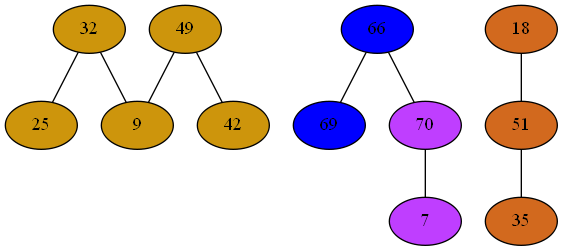
mbajaj92/Project-Astoria keeps this Graphviz diagram as Compiler/11phiGraph.png. Above is the earlier version. Its source is kept beside it as Compiler/11phiGraph.dot.
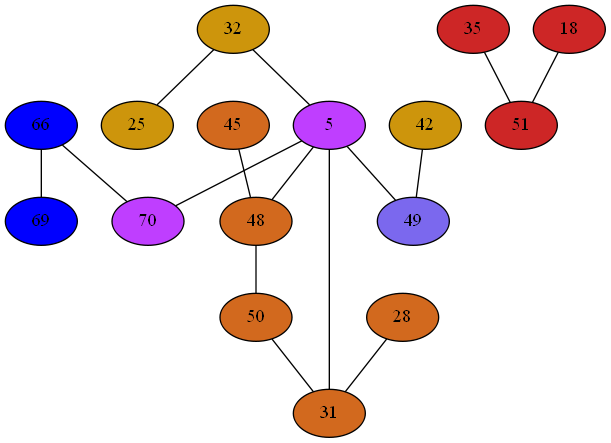
Later version of the same file.

Change to the diagram source:
```diff
@@ -1,32 +1,48 @@
 strict graph {
 32[label="32" style=filled fillcolor="darkgoldenrod3"];
-32 -- 9
+32 -- 5
 32 -- 25
-49[label="49" style=filled fillcolor="darkgoldenrod3"];
-49 -- 9
-49 -- 42
 66[label="66" style=filled fillcolor="blue1"];
 66 -- 69
 66 -- 70
-18[label="18" style=filled fillcolor="chocolate"];
-18 -- 51
-51[label="51" style=filled fillcolor="chocolate"];
-51 -- 18
-51 -- 35
-35[label="35" style=filled fillcolor="chocolate"];
+35[label="35" style=filled fillcolor="firebrick3"];
 35 -- 51
+5[label="5" style=filled fillcolor="darkorchid1"];
+5 -- 48
+5 -- 32
+5 -- 49
+5 -- 70
+5 -- 31
 69[label="69" style=filled fillcolor="blue1"];
 69 -- 66
 70[label="70" style=filled fillcolor="darkorchid1"];
 70 -- 66
-70 -- 7
-7[label="7" style=filled fillcolor="darkorchid1"];
-7 -- 70
-9[label="9" style=filled fillcolor="darkgoldenrod3"];
-9 -- 32
-9 -- 49
+70 -- 5
+42[label="42" style=filled fillcolor="darkgoldenrod3"];
+42 -- 49
+45[label="45" style=filled fillcolor="chocolate"];
+45 -- 48
+48[label="48" style=filled fillcolor="chocolate"];
+48 -- 50
+48 -- 5
+48 -- 45
+49[label="49" style=filled fillcolor="mediumslateblue"];
+49 -- 5
+49 -- 42
+50[label="50" style=filled fillcolor="chocolate"];
+50 -- 48
+50 -- 31
+18[label="18" style=filled fillcolor="firebrick3"];
+18 -- 51
+51[label="51" style=filled fillcolor="firebrick3"];
+51 -- 18
+51 -- 35
 25[label="25" style=filled fillcolor="darkgoldenrod3"];
 25 -- 32
-42[label="42" style=filled fillcolor="darkgoldenrod3"];
-42 -- 49
+28[label="28" style=filled fillcolor="chocolate"];
+28 -- 31
+31[label="31" style=filled fillcolor="chocolate"];
+31 -- 50
+31 -- 5
+31 -- 28
 }
```
